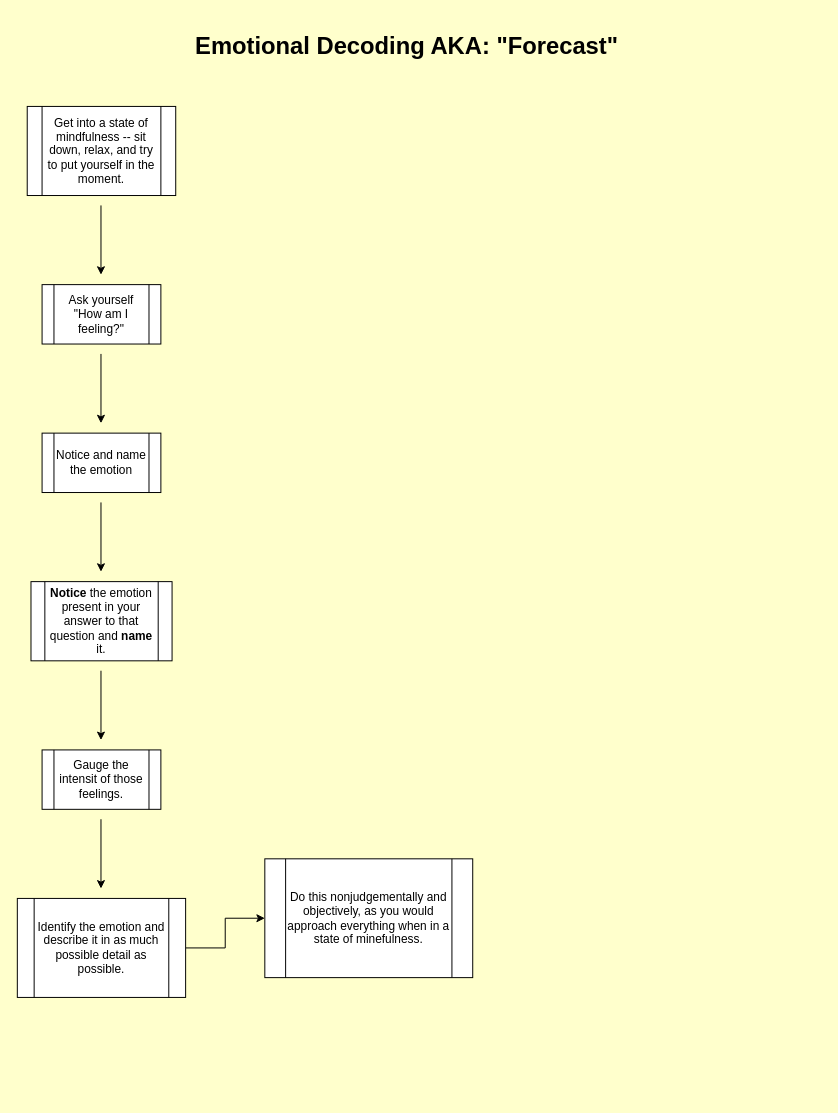
Above: page "Page-1" (1 of 5) of Emotional Decoding Diagram.drawio in Lenlover19/Book-Notes (draw.io), before the change. Source tidied: cells renumbered, new cells numbered last; positions are measured from the earlier drawing's top-left corner, leaving out a move shared by most shapes. Both pictures are drawn from the tidied source at 99%, with x=0, y=0 at pixel (17, 27).
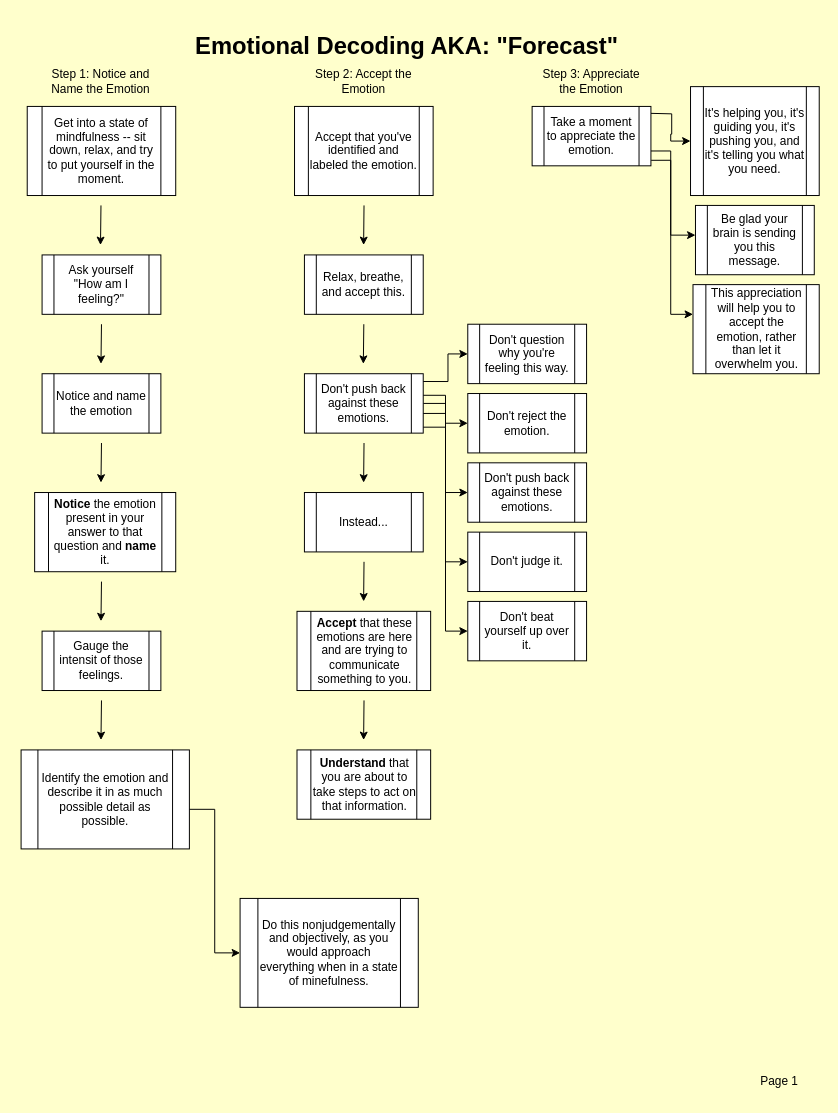
Above is the later version.

Change to the diagram source:
```diff
@@
     <mxCell id="4" style="endArrow=classic;html=1;rounded=0;" parent="1" edge="1">
       <mxGeometry relative="1" as="geometry">
         <mxPoint x="84.5" y="180" as="sourcePoint" />
-        <mxPoint x="84.5" y="250" as="targetPoint" />
+        <mxPoint x="84" y="220" as="targetPoint" />
       </mxGeometry>
     </mxCell>
     <mxCell id="5" value="Ask yourself &quot;How am I feeling?&quot;" style="shape=process;whiteSpace=wrap;html=1;backgroundOutline=1;" parent="1" vertex="1">
-      <mxGeometry x="25" y="260" width="120" height="60" as="geometry" />
+      <mxGeometry x="25" y="230" width="120" height="60" as="geometry" />
     </mxCell>
-    <mxCell id="6" style="endArrow=classic;html=1;rounded=0;" parent="1" edge="1">
-      <mxGeometry relative="1" as="geometry">
-        <mxPoint x="84.5" y="330" as="sourcePoint" />
-        <mxPoint x="84.5" y="400" as="targetPoint" />
-      </mxGeometry>
-    </mxCell>
     <mxCell id="7" value="Notice and name the emotion" style="shape=process;whiteSpace=wrap;html=1;backgroundOutline=1;" parent="1" vertex="1">
-      <mxGeometry x="25" y="410" width="120" height="60" as="geometry" />
+      <mxGeometry x="25" y="350" width="120" height="60" as="geometry" />
     </mxCell>
-    <mxCell id="8" style="endArrow=classic;html=1;rounded=0;" parent="1" edge="1">
-      <mxGeometry relative="1" as="geometry">
-        <mxPoint x="84.5" y="480" as="sourcePoint" />
-        <mxPoint x="84.5" y="550" as="targetPoint" />
-      </mxGeometry>
-    </mxCell>
     <mxCell id="9" value="&lt;b&gt;Notice &lt;/b&gt;the emotion present in your answer to that question and &lt;b&gt;name&lt;/b&gt; it.&lt;br&gt;&lt;b&gt;&lt;/b&gt;" style="shape=process;whiteSpace=wrap;html=1;backgroundOutline=1;" parent="1" vertex="1">
-      <mxGeometry x="13.8" y="560" width="142.5" height="80" as="geometry" />
+      <mxGeometry x="17.5" y="470" width="142.5" height="80" as="geometry" />
     </mxCell>
-    <mxCell id="10" style="endArrow=classic;html=1;rounded=0;" parent="1" edge="1">
-      <mxGeometry relative="1" as="geometry">
-        <mxPoint x="84.5" y="650" as="sourcePoint" />
-        <mxPoint x="84.5" y="720" as="targetPoint" />
-      </mxGeometry>
-    </mxCell>
     <mxCell id="11" value="Gauge the intensit of those feelings." style="shape=process;whiteSpace=wrap;html=1;backgroundOutline=1;" parent="1" vertex="1">
-      <mxGeometry x="25" y="730" width="120" height="60" as="geometry" />
+      <mxGeometry x="25" y="610" width="120" height="60" as="geometry" />
     </mxCell>
-    <mxCell id="12" style="endArrow=classic;html=1;rounded=0;" parent="1" edge="1">
-      <mxGeometry relative="1" as="geometry">
-        <mxPoint x="84.5" y="800" as="sourcePoint" />
-        <mxPoint x="84.5" y="870" as="targetPoint" />
-      </mxGeometry>
-    </mxCell>
-    <mxCell id="13" style="edgeStyle=orthogonalEdgeStyle;rounded=0;jettySize=auto;html=1;" parent="1" edge="1" source="14" target="15">
+    <mxCell id="13" style="edgeStyle=orthogonalEdgeStyle;rounded=0;jettySize=auto;html=1;exitX=0.996;exitY=0.6;exitDx=0;exitDy=0;exitPerimeter=0;entryX=0;entryY=0.5;entryDx=0;entryDy=0;" parent="1" edge="1" source="14" target="15">
       <mxGeometry relative="1" as="geometry" />
     </mxCell>
     <mxCell id="14" value="Identify the emotion and describe it in as much possible detail as possible.&lt;br&gt;" style="shape=process;whiteSpace=wrap;html=1;backgroundOutline=1;" parent="1" vertex="1">
-      <mxGeometry y="880" width="170" height="100" as="geometry" />
+      <mxGeometry x="3.8" y="730" width="170" height="100" as="geometry" />
     </mxCell>
     <mxCell id="15" value="Do this nonjudgementally and objectively, as you would approach everything when in a state of minefulness." style="shape=process;whiteSpace=wrap;html=1;backgroundOutline=1;" parent="1" vertex="1">
-      <mxGeometry x="250" y="840" width="210" height="120" as="geometry" />
+      <mxGeometry x="225" y="880" width="180" height="110" as="geometry" />
     </mxCell>
+    <mxCell id="16" style="endArrow=classic;html=1;rounded=0;" parent="1" edge="1">
+      <mxGeometry relative="1" as="geometry">
+        <mxPoint x="85" y="300" as="sourcePoint" />
+        <mxPoint x="84.5" y="340" as="targetPoint" />
+      </mxGeometry>
+    </mxCell>
+    <mxCell id="17" style="endArrow=classic;html=1;rounded=0;" parent="1" edge="1">
+      <mxGeometry relative="1" as="geometry">
+        <mxPoint x="85" y="420" as="sourcePoint" />
+        <mxPoint x="84.5" y="460" as="targetPoint" />
+      </mxGeometry>
+    </mxCell>
+    <mxCell id="18" style="endArrow=classic;html=1;rounded=0;" parent="1" edge="1">
+      <mxGeometry relative="1" as="geometry">
+        <mxPoint x="85" y="560" as="sourcePoint" />
+        <mxPoint x="84.5" y="600" as="targetPoint" />
+      </mxGeometry>
+    </mxCell>
+    <mxCell id="19" style="endArrow=classic;html=1;rounded=0;" parent="1" edge="1">
+      <mxGeometry relative="1" as="geometry">
+        <mxPoint x="85" y="680" as="sourcePoint" />
+        <mxPoint x="84.5" y="720" as="targetPoint" />
+      </mxGeometry>
+    </mxCell>
+    <mxCell id="20" value="Step 1: Notice and Name the Emotion" style="text;html=1;strokeColor=none;fillColor=none;align=center;verticalAlign=middle;whiteSpace=wrap;rounded=0;" parent="1" vertex="1">
+      <mxGeometry x="17.5" y="40" width="132.5" height="30" as="geometry" />
+    </mxCell>
+    <mxCell id="21" value="Step 2: Accept the Emotion" style="text;html=1;strokeColor=none;fillColor=none;align=center;verticalAlign=middle;whiteSpace=wrap;rounded=0;" parent="1" vertex="1">
+      <mxGeometry x="295" y="40" width="110" height="30" as="geometry" />
+    </mxCell>
+    <mxCell id="22" value="Accept that you've identified and labeled the emotion." style="shape=process;whiteSpace=wrap;html=1;backgroundOutline=1;" parent="1" vertex="1">
+      <mxGeometry x="280" y="80" width="140" height="90" as="geometry" />
+    </mxCell>
+    <mxCell id="23" style="endArrow=classic;html=1;rounded=0;" parent="1" edge="1">
+      <mxGeometry relative="1" as="geometry">
+        <mxPoint x="350.2" y="180" as="sourcePoint" />
+        <mxPoint x="349.8" y="220" as="targetPoint" />
+      </mxGeometry>
+    </mxCell>
+    <mxCell id="24" value="Relax, breathe, and accept this." style="shape=process;whiteSpace=wrap;html=1;backgroundOutline=1;" parent="1" vertex="1">
+      <mxGeometry x="290" y="230" width="120" height="60" as="geometry" />
+    </mxCell>
+    <mxCell id="25" style="endArrow=classic;html=1;rounded=0;" parent="1" edge="1">
+      <mxGeometry relative="1" as="geometry">
+        <mxPoint x="350" y="300" as="sourcePoint" />
+        <mxPoint x="349.5" y="340" as="targetPoint" />
+      </mxGeometry>
+    </mxCell>
+    <mxCell id="26" style="endArrow=classic;html=1;rounded=0;" parent="1" edge="1">
+      <mxGeometry relative="1" as="geometry">
+        <mxPoint x="350.2" y="680" as="sourcePoint" />
+        <mxPoint x="349.8" y="720" as="targetPoint" />
+      </mxGeometry>
+    </mxCell>
+    <mxCell id="27" style="endArrow=classic;html=1;rounded=0;" parent="1" edge="1">
+      <mxGeometry relative="1" as="geometry">
+        <mxPoint x="350.2" y="540" as="sourcePoint" />
+        <mxPoint x="349.8" y="580" as="targetPoint" />
+      </mxGeometry>
+    </mxCell>
+    <mxCell id="28" style="endArrow=classic;html=1;rounded=0;" parent="1" edge="1">
+      <mxGeometry relative="1" as="geometry">
+        <mxPoint x="350.2" y="420" as="sourcePoint" />
+        <mxPoint x="349.8" y="460" as="targetPoint" />
+      </mxGeometry>
+    </mxCell>
+    <mxCell id="29" style="edgeStyle=orthogonalEdgeStyle;rounded=0;jettySize=auto;html=1;exitX=0.991;exitY=0.131;exitDx=0;exitDy=0;exitPerimeter=0;" parent="1" edge="1" source="34" target="42">
+      <mxGeometry relative="1" as="geometry">
+        <Array as="points">
+          <mxPoint x="435" y="358" />
+          <mxPoint x="435" y="330" />
+        </Array>
+      </mxGeometry>
+    </mxCell>
+    <mxCell id="30" style="edgeStyle=orthogonalEdgeStyle;rounded=0;jettySize=auto;html=1;" parent="1" edge="1" source="34" target="44">
+      <mxGeometry relative="1" as="geometry" />
+    </mxCell>
+    <mxCell id="31" style="edgeStyle=orthogonalEdgeStyle;rounded=0;jettySize=auto;html=1;startArrow=none;exitX=0.967;exitY=0.9;exitDx=0;exitDy=0;entryX=0;entryY=0.5;entryDx=0;entryDy=0;exitPerimeter=0;" parent="1" edge="1" source="34" target="43">
+      <mxGeometry relative="1" as="geometry" />
+    </mxCell>
+    <mxCell id="32" style="edgeStyle=orthogonalEdgeStyle;rounded=0;jettySize=auto;html=1;exitX=0.988;exitY=0.363;exitDx=0;exitDy=0;exitPerimeter=0;entryX=0;entryY=0.5;entryDx=0;entryDy=0;" parent="1" edge="1" source="34" target="45">
+      <mxGeometry relative="1" as="geometry" />
+    </mxCell>
+    <mxCell id="33" style="edgeStyle=orthogonalEdgeStyle;rounded=0;jettySize=auto;html=1;entryX=0;entryY=0.5;entryDx=0;entryDy=0;exitX=0.991;exitY=0.669;exitDx=0;exitDy=0;exitPerimeter=0;" parent="1" edge="1" source="34" target="46">
+      <mxGeometry relative="1" as="geometry" />
+    </mxCell>
+    <mxCell id="34" value="Don't push back against these emotions." style="shape=process;whiteSpace=wrap;html=1;backgroundOutline=1;" parent="1" vertex="1">
+      <mxGeometry x="290" y="350" width="120" height="60" as="geometry" />
+    </mxCell>
+    <mxCell id="35" value="&lt;b&gt;Understand &lt;/b&gt;that you are about to take steps to act on that information." style="shape=process;whiteSpace=wrap;html=1;backgroundOutline=1;" parent="1" vertex="1">
+      <mxGeometry x="282.5" y="730" width="135" height="70" as="geometry" />
+    </mxCell>
+    <mxCell id="36" style="edgeStyle=orthogonalEdgeStyle;rounded=0;jettySize=auto;html=1;" parent="1" edge="1" target="48">
+      <mxGeometry relative="1" as="geometry">
+        <mxPoint x="640" y="87" as="sourcePoint" />
+      </mxGeometry>
+    </mxCell>
+    <mxCell id="37" style="edgeStyle=orthogonalEdgeStyle;rounded=0;jettySize=auto;html=1;exitX=1;exitY=0.75;exitDx=0;exitDy=0;" parent="1" edge="1" source="39" target="49">
+      <mxGeometry relative="1" as="geometry">
+        <Array as="points">
+          <mxPoint x="660" y="125" />
+          <mxPoint x="660" y="210" />
+        </Array>
+      </mxGeometry>
+    </mxCell>
+    <mxCell id="38" style="edgeStyle=orthogonalEdgeStyle;rounded=0;jettySize=auto;html=1;exitX=1.002;exitY=0.907;exitDx=0;exitDy=0;exitPerimeter=0;" parent="1" edge="1" source="39" target="50">
+      <mxGeometry relative="1" as="geometry">
+        <Array as="points">
+          <mxPoint x="660" y="134" />
+          <mxPoint x="660" y="290" />
+        </Array>
+      </mxGeometry>
+    </mxCell>
+    <mxCell id="39" value="Take a moment to appreciate the emotion." style="shape=process;whiteSpace=wrap;html=1;backgroundOutline=1;" parent="1" vertex="1">
+      <mxGeometry x="520" y="80" width="120" height="60" as="geometry" />
+    </mxCell>
+    <mxCell id="40" value="&lt;b&gt;Accept &lt;/b&gt;that these emotions are here and are trying to communicate something to you." style="shape=process;whiteSpace=wrap;html=1;backgroundOutline=1;" parent="1" vertex="1">
+      <mxGeometry x="282.5" y="590" width="135" height="80" as="geometry" />
+    </mxCell>
+    <mxCell id="41" value="Instead..." style="shape=process;whiteSpace=wrap;html=1;backgroundOutline=1;" parent="1" vertex="1">
+      <mxGeometry x="290" y="470" width="120" height="60" as="geometry" />
+    </mxCell>
+    <mxCell id="42" value="Don't question why you're feeling this way." style="shape=process;whiteSpace=wrap;html=1;backgroundOutline=1;" parent="1" vertex="1">
+      <mxGeometry x="455" y="300" width="120" height="60" as="geometry" />
+    </mxCell>
+    <mxCell id="43" value="Don't push back against these emotions." style="shape=process;whiteSpace=wrap;html=1;backgroundOutline=1;" parent="1" vertex="1">
+      <mxGeometry x="455" y="440" width="120" height="60" as="geometry" />
+    </mxCell>
+    <mxCell id="44" value="Don't reject the emotion." style="shape=process;whiteSpace=wrap;html=1;backgroundOutline=1;" parent="1" vertex="1">
+      <mxGeometry x="455" y="370" width="120" height="60" as="geometry" />
+    </mxCell>
+    <mxCell id="45" value="Don't judge it." style="shape=process;whiteSpace=wrap;html=1;backgroundOutline=1;" parent="1" vertex="1">
+      <mxGeometry x="455" y="510" width="120" height="60" as="geometry" />
+    </mxCell>
+    <mxCell id="46" value="Don't beat yourself up over it." style="shape=process;whiteSpace=wrap;html=1;backgroundOutline=1;" parent="1" vertex="1">
+      <mxGeometry x="455" y="580" width="120" height="60" as="geometry" />
+    </mxCell>
+    <mxCell id="47" value="Step 3: Appreciate the Emotion" style="text;html=1;strokeColor=none;fillColor=none;align=center;verticalAlign=middle;whiteSpace=wrap;rounded=0;" parent="1" vertex="1">
+      <mxGeometry x="520" y="40" width="120" height="30" as="geometry" />
+    </mxCell>
+    <mxCell id="48" value="It's helping you, it's guiding you, it's pushing you, and it's telling you what you need." style="shape=process;whiteSpace=wrap;html=1;backgroundOutline=1;" parent="1" vertex="1">
+      <mxGeometry x="680" y="60" width="130" height="110" as="geometry" />
+    </mxCell>
+    <mxCell id="49" value="Be glad your brain is sending you this message." style="shape=process;whiteSpace=wrap;html=1;backgroundOutline=1;" parent="1" vertex="1">
+      <mxGeometry x="685" y="180" width="120" height="70" as="geometry" />
+    </mxCell>
+    <mxCell id="50" value="This appreciation will help you to accept the emotion, rather than let it overwhelm you." style="shape=process;whiteSpace=wrap;html=1;backgroundOutline=1;" parent="1" vertex="1">
+      <mxGeometry x="682.5" y="260" width="127.5" height="90" as="geometry" />
+    </mxCell>
+    <mxCell id="51" value="Page 1" style="text;html=1;strokeColor=none;fillColor=none;align=center;verticalAlign=middle;whiteSpace=wrap;rounded=0;" parent="1" vertex="1">
+      <mxGeometry x="740" y="1050" width="60" height="30" as="geometry" />
+    </mxCell>
```
